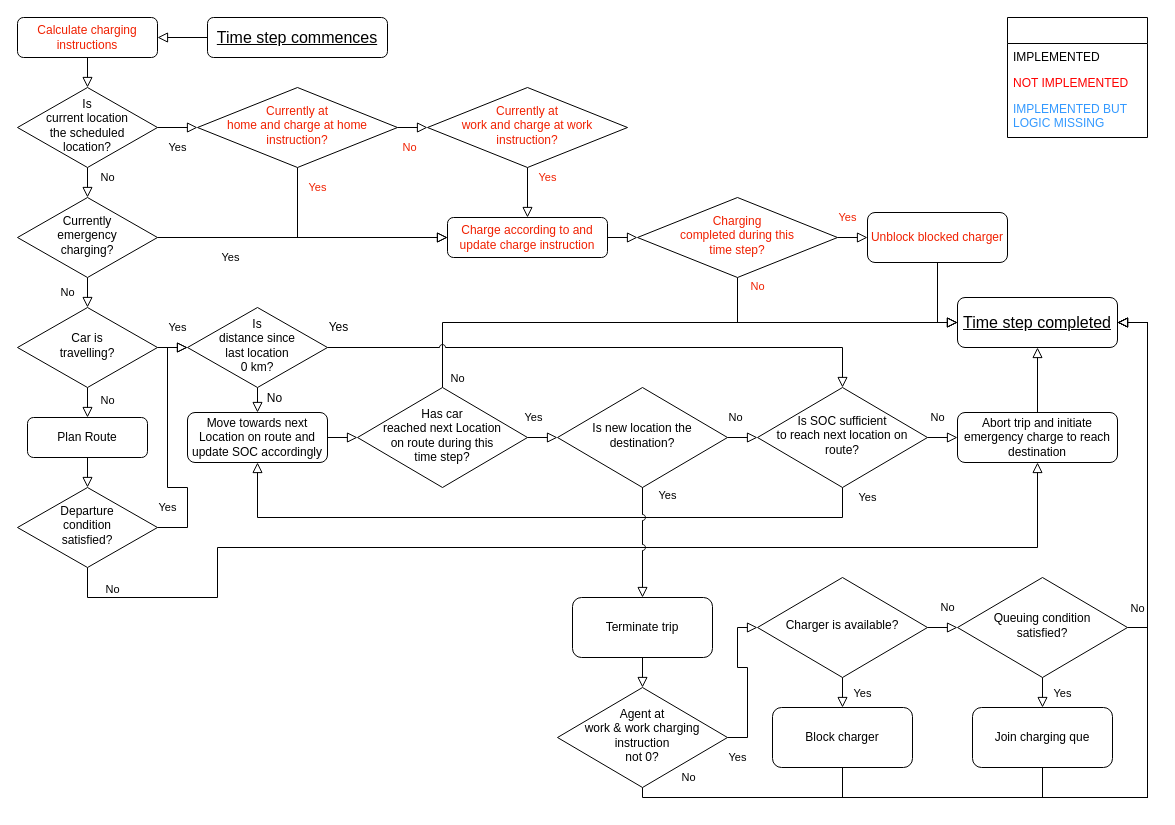
SebUni/DomSebCollab keeps this draw.io diagram as Logic.drawio. Above is the earlier version. Source tidied: cells renumbered, new cells numbered last; positions are measured from the earlier drawing's top-left corner, leaving out a move shared by most shapes. Both pictures are drawn from the tidied source at 100%, with x=0, y=0 at pixel (17, 17).
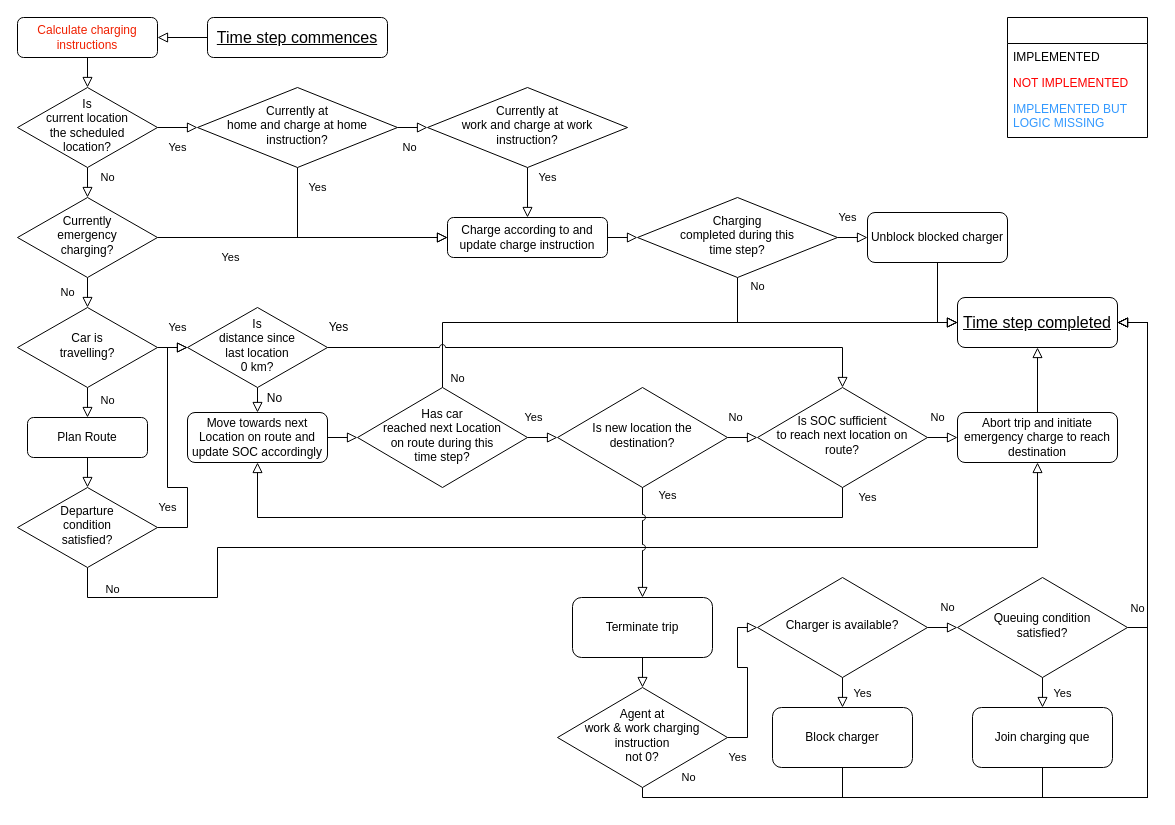
Above is the later version.

Commit message (it also covers changes not shown here):
finished car_agent dynamics apart from charging decisions

Unchanged cells that the change refers to:
```xml
<mxCell id="28" value="Time step completed" style="rounded=1;whiteSpace=wrap;html=1;fontSize=16;glass=0;strokeWidth=1;shadow=0;fontStyle=4;" parent="1" vertex="1">
  <mxGeometry x="940" y="280" width="160" height="50" as="geometry" />
</mxCell>
```

Diff of the diagram source:
```diff
@@
-    <mxCell id="32" value="No" style="edgeStyle=orthogonalEdgeStyle;rounded=0;jettySize=auto;html=1;exitX=1;exitY=0.5;exitDx=0;exitDy=0;entryX=0;entryY=0.5;entryDx=0;entryDy=0;endArrow=block;endFill=0;endSize=8;fontColor=#F02000;" parent="1" edge="1" source="34" target="36">
+    <mxCell id="32" value="No" style="edgeStyle=orthogonalEdgeStyle;rounded=0;jettySize=auto;html=1;exitX=1;exitY=0.5;exitDx=0;exitDy=0;entryX=0;entryY=0.5;entryDx=0;entryDy=0;endArrow=block;endFill=0;endSize=8;" parent="1" edge="1" source="34" target="36">
       <mxGeometry x="-0.2" y="-20" relative="1" as="geometry" />
     </mxCell>
-    <mxCell id="33" value="Yes" style="edgeStyle=orthogonalEdgeStyle;rounded=0;jettySize=auto;html=1;exitX=0.5;exitY=1;exitDx=0;exitDy=0;entryX=0;entryY=0.5;entryDx=0;entryDy=0;endArrow=block;endFill=0;endSize=8;fontColor=#F02000;" parent="1" edge="1" source="34" target="38">
+    <mxCell id="33" value="Yes" style="edgeStyle=orthogonalEdgeStyle;rounded=0;jettySize=auto;html=1;exitX=0.5;exitY=1;exitDx=0;exitDy=0;entryX=0;entryY=0.5;entryDx=0;entryDy=0;endArrow=block;endFill=0;endSize=8;" parent="1" edge="1" source="34" target="38">
       <mxGeometry x="-0.82" y="20" relative="1" as="geometry" />
     </mxCell>
-    <mxCell id="34" value="Currently at&lt;br&gt;home and charge at home&lt;br&gt;instruction?" style="rhombus;whiteSpace=wrap;html=1;shadow=0;fontFamily=Helvetica;fontSize=12;align=center;strokeWidth=1;spacing=6;spacingTop=-4;fontColor=#F02000;" parent="1" vertex="1">
+    <mxCell id="34" value="Currently at&lt;br&gt;home and charge at home&lt;br&gt;instruction?" style="rhombus;whiteSpace=wrap;html=1;shadow=0;fontFamily=Helvetica;fontSize=12;align=center;strokeWidth=1;spacing=6;spacingTop=-4;" parent="1" vertex="1">
       <mxGeometry x="180" y="70" width="200" height="80" as="geometry" />
     </mxCell>
-    <mxCell id="35" value="Yes" style="edgeStyle=orthogonalEdgeStyle;rounded=0;jettySize=auto;html=1;exitX=0.5;exitY=1;exitDx=0;exitDy=0;entryX=0.5;entryY=0;entryDx=0;entryDy=0;endArrow=block;endFill=0;endSize=8;fontColor=#F02000;" parent="1" edge="1" source="36" target="38">
+    <mxCell id="35" value="Yes" style="edgeStyle=orthogonalEdgeStyle;rounded=0;jettySize=auto;html=1;exitX=0.5;exitY=1;exitDx=0;exitDy=0;entryX=0.5;entryY=0;entryDx=0;entryDy=0;endArrow=block;endFill=0;endSize=8;" parent="1" edge="1" source="36" target="38">
       <mxGeometry x="-0.6" y="20" relative="1" as="geometry" />
     </mxCell>
-    <mxCell id="36" value="Currently at&lt;br&gt;work and charge at work&lt;br&gt;instruction?" style="rhombus;whiteSpace=wrap;html=1;shadow=0;fontFamily=Helvetica;fontSize=12;align=center;strokeWidth=1;spacing=6;spacingTop=-4;fontColor=#F02000;" parent="1" vertex="1">
+    <mxCell id="36" value="Currently at&lt;br&gt;work and charge at work&lt;br&gt;instruction?" style="rhombus;whiteSpace=wrap;html=1;shadow=0;fontFamily=Helvetica;fontSize=12;align=center;strokeWidth=1;spacing=6;spacingTop=-4;" parent="1" vertex="1">
       <mxGeometry x="410" y="70" width="200" height="80" as="geometry" />
     </mxCell>
@@
-    <mxCell id="38" value="Charge according to and update charge instruction" style="rounded=1;whiteSpace=wrap;html=1;fontSize=12;glass=0;strokeWidth=1;shadow=0;fontColor=#F02000;" parent="1" vertex="1">
+    <mxCell id="38" value="Charge according to and update charge instruction" style="rounded=1;whiteSpace=wrap;html=1;fontSize=12;glass=0;strokeWidth=1;shadow=0;" parent="1" vertex="1">
       <mxGeometry x="430" y="200" width="160" height="40" as="geometry" />
     </mxCell>
@@
-    <mxCell id="52" value="No" style="edgeStyle=orthogonalEdgeStyle;rounded=0;jumpStyle=arc;jettySize=auto;html=1;exitX=0.5;exitY=1;exitDx=0;exitDy=0;endArrow=block;endFill=0;endSize=8;entryX=0;entryY=0.5;entryDx=0;entryDy=0;fontColor=#F02000;" parent="1" edge="1" source="54" target="28">
+    <mxCell id="52" value="No" style="edgeStyle=orthogonalEdgeStyle;rounded=0;jumpStyle=arc;jettySize=auto;html=1;exitX=0.5;exitY=1;exitDx=0;exitDy=0;endArrow=block;endFill=0;endSize=8;entryX=0;entryY=0.5;entryDx=0;entryDy=0;" parent="1" edge="1" source="54" target="28">
       <mxGeometry x="-0.93" y="20" relative="1" as="geometry">
         <Array as="points">
           <mxPoint x="720" y="305" />
         </Array>
       </mxGeometry>
     </mxCell>
-    <mxCell id="53" value="Yes" style="edgeStyle=orthogonalEdgeStyle;rounded=0;jumpStyle=arc;jettySize=auto;html=1;exitX=1;exitY=0.5;exitDx=0;exitDy=0;entryX=0;entryY=0.5;entryDx=0;entryDy=0;endArrow=block;endFill=0;endSize=8;fontColor=#F02000;" parent="1" edge="1" source="54" target="56">
+    <mxCell id="53" value="Yes" style="edgeStyle=orthogonalEdgeStyle;rounded=0;jumpStyle=arc;jettySize=auto;html=1;exitX=1;exitY=0.5;exitDx=0;exitDy=0;entryX=0;entryY=0.5;entryDx=0;entryDy=0;endArrow=block;endFill=0;endSize=8;" parent="1" edge="1" source="54" target="56">
       <mxGeometry x="-0.33" y="20" relative="1" as="geometry" />
     </mxCell>
-    <mxCell id="54" value="Charging&lt;br&gt;completed during this&lt;br&gt;time step?" style="rhombus;whiteSpace=wrap;html=1;shadow=0;fontFamily=Helvetica;fontSize=12;align=center;strokeWidth=1;spacing=6;spacingTop=-4;fontColor=#F02000;" parent="1" vertex="1">
+    <mxCell id="54" value="Charging&lt;br&gt;completed during this&lt;br&gt;time step?" style="rhombus;whiteSpace=wrap;html=1;shadow=0;fontFamily=Helvetica;fontSize=12;align=center;strokeWidth=1;spacing=6;spacingTop=-4;" parent="1" vertex="1">
       <mxGeometry x="620" y="180" width="200" height="80" as="geometry" />
     </mxCell>
@@
-    <mxCell id="56" value="Unblock blocked charger" style="rounded=1;whiteSpace=wrap;html=1;fontSize=12;glass=0;strokeWidth=1;shadow=0;fontColor=#F02000;" parent="1" vertex="1">
+    <mxCell id="56" value="Unblock blocked charger" style="rounded=1;whiteSpace=wrap;html=1;fontSize=12;glass=0;strokeWidth=1;shadow=0;" parent="1" vertex="1">
       <mxGeometry x="850" y="195" width="140" height="50" as="geometry" />
     </mxCell>
```
